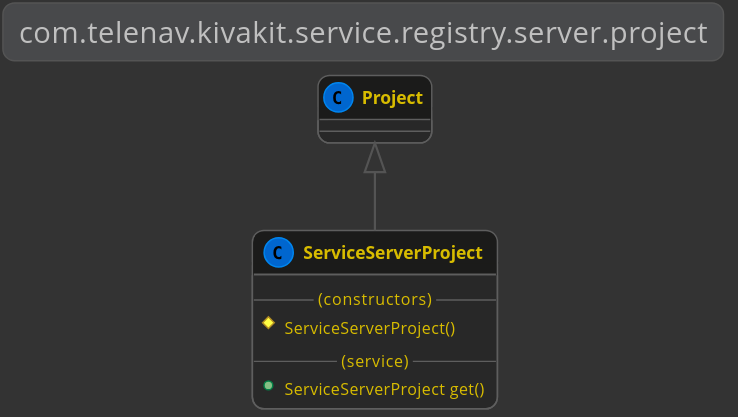
This is kivakit-service/server/documentation/diagrams/com.telenav.kivakit.service.registry.server.project.svg from Telenav/kivakit, a PlantUML export, as it was before one commit. The source it was exported from:
```plantuml
@startuml

    !include ../lexakai/lexakai.theme

    title "com.telenav.kivakit.service.registry.server.project"

    Project <|-- ServiceServerProject
    class ServiceServerProject
    {
        --(constructors)--
        #ServiceServerProject()
        --(service)--
        +ServiceServerProject get()
    }

@enduml
```
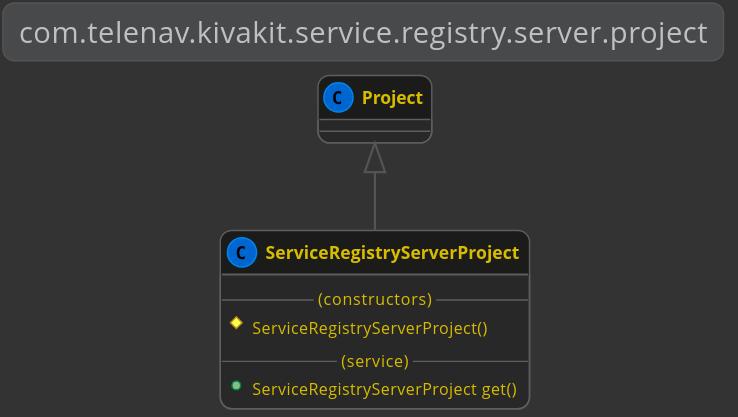
After the commit.

Change to the diagram source:
```diff
@@ -4,13 +4,13 @@
 
     title "com.telenav.kivakit.service.registry.server.project"
 
-    Project <|-- ServiceServerProject
-    class ServiceServerProject
+    Project <|-- ServiceRegistryServerProject
+    class ServiceRegistryServerProject
     {
         --(constructors)--
-        #ServiceServerProject()
+        #ServiceRegistryServerProject()
         --(service)--
-        +ServiceServerProject get()
+        +ServiceRegistryServerProject get()
     }
 
 @enduml
```
